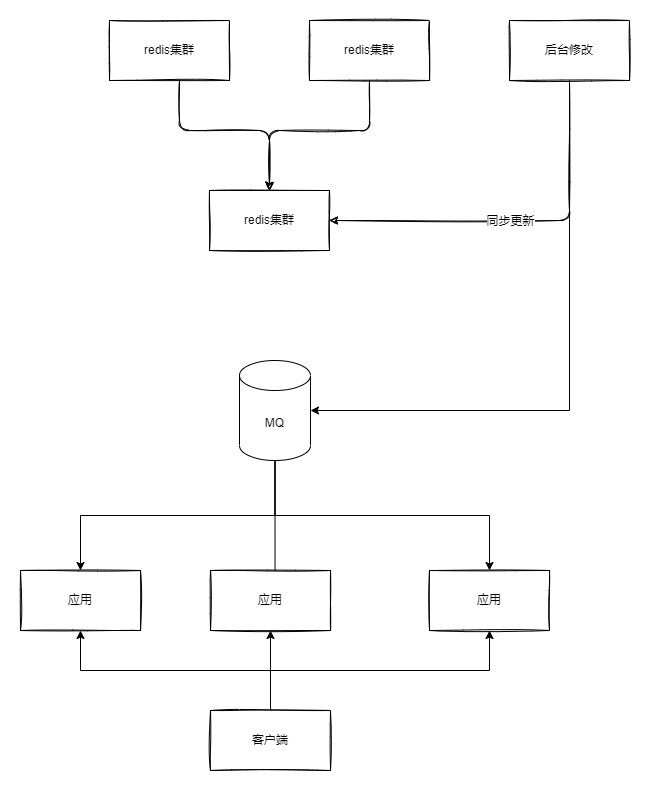
agmtopy/noteBook keeps this draw.io diagram as drawio/s-深入分布式缓存.从原理到实现/reids数据消息通知同步方案.drawio.png. Above is the earlier version. Source tidied: cells renumbered, new cells last; positions are measured from the earlier drawing's top-left corner, leaving out a move shared by most shapes. Its diagram source:
```xml
<mxGraphModel>
  <root>
    <mxCell id="0" />
    <mxCell id="1" parent="0" />
    <mxCell id="2" value="redis集群" style="rounded=0;whiteSpace=wrap;html=1;sketch=1;" parent="1" vertex="1">
      <mxGeometry x="89" width="120" height="60" as="geometry" />
    </mxCell>
    <mxCell id="3" style="edgeStyle=orthogonalEdgeStyle;sketch=1;jettySize=auto;html=1;entryX=1;entryY=0.5;entryDx=0;entryDy=0;exitX=0.5;exitY=1;exitDx=0;exitDy=0;" parent="1" edge="1" source="10" target="6">
      <mxGeometry relative="1" as="geometry" />
    </mxCell>
    <mxCell id="4" value="同步更新" style="edgeLabel;html=1;align=center;verticalAlign=middle;" parent="3" vertex="1">
      <mxGeometry x="0.29" y="-1" relative="1" as="geometry">
        <mxPoint x="46" y="1" as="offset" />
      </mxGeometry>
    </mxCell>
    <mxCell id="5" value="redis集群" style="rounded=0;whiteSpace=wrap;html=1;sketch=1;" parent="1" vertex="1">
      <mxGeometry x="289" width="120" height="60" as="geometry" />
    </mxCell>
    <mxCell id="6" value="redis集群" style="rounded=0;whiteSpace=wrap;html=1;sketch=1;" parent="1" vertex="1">
      <mxGeometry x="189" y="170" width="120" height="60" as="geometry" />
    </mxCell>
    <mxCell id="7" style="endArrow=classic;html=1;sketch=1;entryX=0.5;entryY=0;entryDx=0;entryDy=0;edgeStyle=orthogonalEdgeStyle;" parent="1" edge="1" target="6">
      <mxGeometry relative="1" as="geometry">
        <mxPoint x="159" y="60" as="sourcePoint" />
        <Array as="points">
          <mxPoint x="159" y="110" />
          <mxPoint x="249" y="110" />
        </Array>
      </mxGeometry>
    </mxCell>
    <mxCell id="8" style="endArrow=classic;html=1;sketch=1;exitX=0.5;exitY=1;exitDx=0;exitDy=0;edgeStyle=orthogonalEdgeStyle;" parent="1" edge="1" source="5" target="6">
      <mxGeometry relative="1" as="geometry">
        <Array as="points">
          <mxPoint x="349" y="110" />
          <mxPoint x="249" y="110" />
        </Array>
      </mxGeometry>
    </mxCell>
    <mxCell id="9" style="edgeStyle=orthogonalEdgeStyle;rounded=0;jettySize=auto;html=1;entryX=1;entryY=0.5;entryDx=0;entryDy=0;exitX=0.5;exitY=1;exitDx=0;exitDy=0;entryPerimeter=0;" parent="1" edge="1" source="10" target="14">
      <mxGeometry relative="1" as="geometry" />
    </mxCell>
    <mxCell id="10" value="后台修改" style="whiteSpace=wrap;html=1;rounded=0;sketch=1;" parent="1" vertex="1">
      <mxGeometry x="489" width="120" height="60" as="geometry" />
    </mxCell>
    <mxCell id="11" style="edgeStyle=orthogonalEdgeStyle;rounded=0;jettySize=auto;html=1;entryX=0.5;entryY=0;entryDx=0;entryDy=0;exitX=0.5;exitY=1;exitDx=0;exitDy=0;exitPerimeter=0;" parent="1" edge="1" source="14" target="15">
      <mxGeometry relative="1" as="geometry" />
    </mxCell>
    <mxCell id="12" style="edgeStyle=orthogonalEdgeStyle;rounded=0;jettySize=auto;html=1;entryX=0.538;entryY=0.667;entryDx=0;entryDy=0;entryPerimeter=0;" parent="1" edge="1" source="14" target="16">
      <mxGeometry relative="1" as="geometry" />
    </mxCell>
    <mxCell id="13" style="edgeStyle=orthogonalEdgeStyle;rounded=0;jettySize=auto;html=1;entryX=0.5;entryY=0;entryDx=0;entryDy=0;exitX=0.5;exitY=1;exitDx=0;exitDy=0;exitPerimeter=0;" parent="1" edge="1" source="14" target="17">
      <mxGeometry relative="1" as="geometry" />
    </mxCell>
    <mxCell id="14" value="MQ" style="shape=cylinder3;whiteSpace=wrap;html=1;boundedLbl=1;backgroundOutline=1;size=15;" parent="1" vertex="1">
      <mxGeometry x="219" y="340" width="71" height="100" as="geometry" />
    </mxCell>
    <mxCell id="15" value="应用" style="whiteSpace=wrap;html=1;rounded=0;sketch=1;" parent="1" vertex="1">
      <mxGeometry y="550" width="120" height="60" as="geometry" />
    </mxCell>
    <mxCell id="16" value="&lt;span&gt;应用&lt;/span&gt;" style="whiteSpace=wrap;html=1;rounded=0;sketch=1;" parent="1" vertex="1">
      <mxGeometry x="190" y="550" width="120" height="60" as="geometry" />
    </mxCell>
    <mxCell id="17" value="&lt;span&gt;应用&lt;/span&gt;" style="whiteSpace=wrap;html=1;rounded=0;sketch=1;" parent="1" vertex="1">
      <mxGeometry x="409" y="550" width="120" height="60" as="geometry" />
    </mxCell>
    <mxCell id="18" style="edgeStyle=orthogonalEdgeStyle;rounded=0;jettySize=auto;html=1;entryX=0.5;entryY=1;entryDx=0;entryDy=0;exitX=0.5;exitY=0;exitDx=0;exitDy=0;" parent="1" edge="1" source="21" target="15">
      <mxGeometry relative="1" as="geometry" />
    </mxCell>
    <mxCell id="19" style="edgeStyle=orthogonalEdgeStyle;rounded=0;jettySize=auto;html=1;exitX=0.5;exitY=0;exitDx=0;exitDy=0;entryX=0.5;entryY=1;entryDx=0;entryDy=0;" parent="1" edge="1" source="21" target="16">
      <mxGeometry relative="1" as="geometry" />
    </mxCell>
    <mxCell id="20" style="edgeStyle=orthogonalEdgeStyle;rounded=0;jettySize=auto;html=1;entryX=0.5;entryY=1;entryDx=0;entryDy=0;exitX=0.5;exitY=0;exitDx=0;exitDy=0;" parent="1" edge="1" source="21" target="17">
      <mxGeometry relative="1" as="geometry" />
    </mxCell>
    <mxCell id="21" value="&lt;span&gt;客户端&lt;/span&gt;" style="whiteSpace=wrap;html=1;rounded=0;sketch=1;" parent="1" vertex="1">
      <mxGeometry x="190" y="690" width="120" height="60" as="geometry" />
    </mxCell>
  </root>
</mxGraphModel>
```
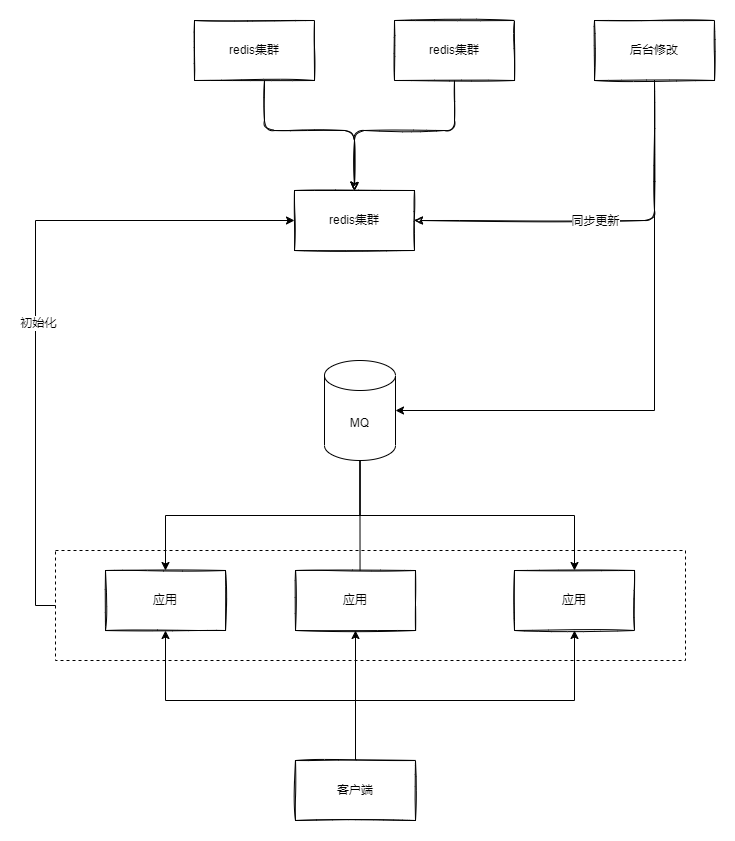
Above is the later version.

Commit message:
已添加 reids数据消息通知同步方案.drawio.png

Diff of the diagram source:
```diff
@@ -2,6 +2,9 @@
   <root>
     <mxCell id="0" />
     <mxCell id="1" parent="0" />
+    <mxCell id="22" style="rounded=0;whiteSpace=wrap;html=1;dashed=1;" parent="1" vertex="1">
+      <mxGeometry x="-50" y="530" width="630" height="110" as="geometry" />
+    </mxCell>
     <mxCell id="2" value="redis集群" style="rounded=0;whiteSpace=wrap;html=1;sketch=1;" parent="1" vertex="1">
       <mxGeometry x="89" width="120" height="60" as="geometry" />
     </mxCell>
@@ -54,6 +57,12 @@
     <mxCell id="14" value="MQ" style="shape=cylinder3;whiteSpace=wrap;html=1;boundedLbl=1;backgroundOutline=1;size=15;" parent="1" vertex="1">
       <mxGeometry x="219" y="340" width="71" height="100" as="geometry" />
     </mxCell>
+    <mxCell id="23" style="edgeStyle=orthogonalEdgeStyle;rounded=0;jettySize=auto;html=1;entryX=0;entryY=0.5;entryDx=0;entryDy=0;exitX=0;exitY=0.5;exitDx=0;exitDy=0;" parent="1" edge="1" source="22" target="6">
+      <mxGeometry relative="1" as="geometry" />
+    </mxCell>
+    <mxCell id="24" value="初始化" style="edgeLabel;html=1;align=center;verticalAlign=middle;" parent="23" vertex="1">
+      <mxGeometry x="-0.09" y="-2" relative="1" as="geometry" />
+    </mxCell>
     <mxCell id="15" value="应用" style="whiteSpace=wrap;html=1;rounded=0;sketch=1;" parent="1" vertex="1">
       <mxGeometry y="550" width="120" height="60" as="geometry" />
     </mxCell>
@@ -64,16 +73,26 @@
       <mxGeometry x="409" y="550" width="120" height="60" as="geometry" />
     </mxCell>
     <mxCell id="18" style="edgeStyle=orthogonalEdgeStyle;rounded=0;jettySize=auto;html=1;entryX=0.5;entryY=1;entryDx=0;entryDy=0;exitX=0.5;exitY=0;exitDx=0;exitDy=0;" parent="1" edge="1" source="21" target="15">
-      <mxGeometry relative="1" as="geometry" />
+      <mxGeometry relative="1" as="geometry">
+        <Array as="points">
+          <mxPoint x="250" y="680" />
+          <mxPoint x="60" y="680" />
+        </Array>
+      </mxGeometry>
     </mxCell>
     <mxCell id="19" style="edgeStyle=orthogonalEdgeStyle;rounded=0;jettySize=auto;html=1;exitX=0.5;exitY=0;exitDx=0;exitDy=0;entryX=0.5;entryY=1;entryDx=0;entryDy=0;" parent="1" edge="1" source="21" target="16">
       <mxGeometry relative="1" as="geometry" />
     </mxCell>
     <mxCell id="20" style="edgeStyle=orthogonalEdgeStyle;rounded=0;jettySize=auto;html=1;entryX=0.5;entryY=1;entryDx=0;entryDy=0;exitX=0.5;exitY=0;exitDx=0;exitDy=0;" parent="1" edge="1" source="21" target="17">
-      <mxGeometry relative="1" as="geometry" />
+      <mxGeometry relative="1" as="geometry">
+        <Array as="points">
+          <mxPoint x="250" y="680" />
+          <mxPoint x="469" y="680" />
+        </Array>
+      </mxGeometry>
     </mxCell>
     <mxCell id="21" value="&lt;span&gt;客户端&lt;/span&gt;" style="whiteSpace=wrap;html=1;rounded=0;sketch=1;" parent="1" vertex="1">
-      <mxGeometry x="190" y="690" width="120" height="60" as="geometry" />
+      <mxGeometry x="190" y="740" width="120" height="60" as="geometry" />
     </mxCell>
   </root>
 </mxGraphModel>
```
